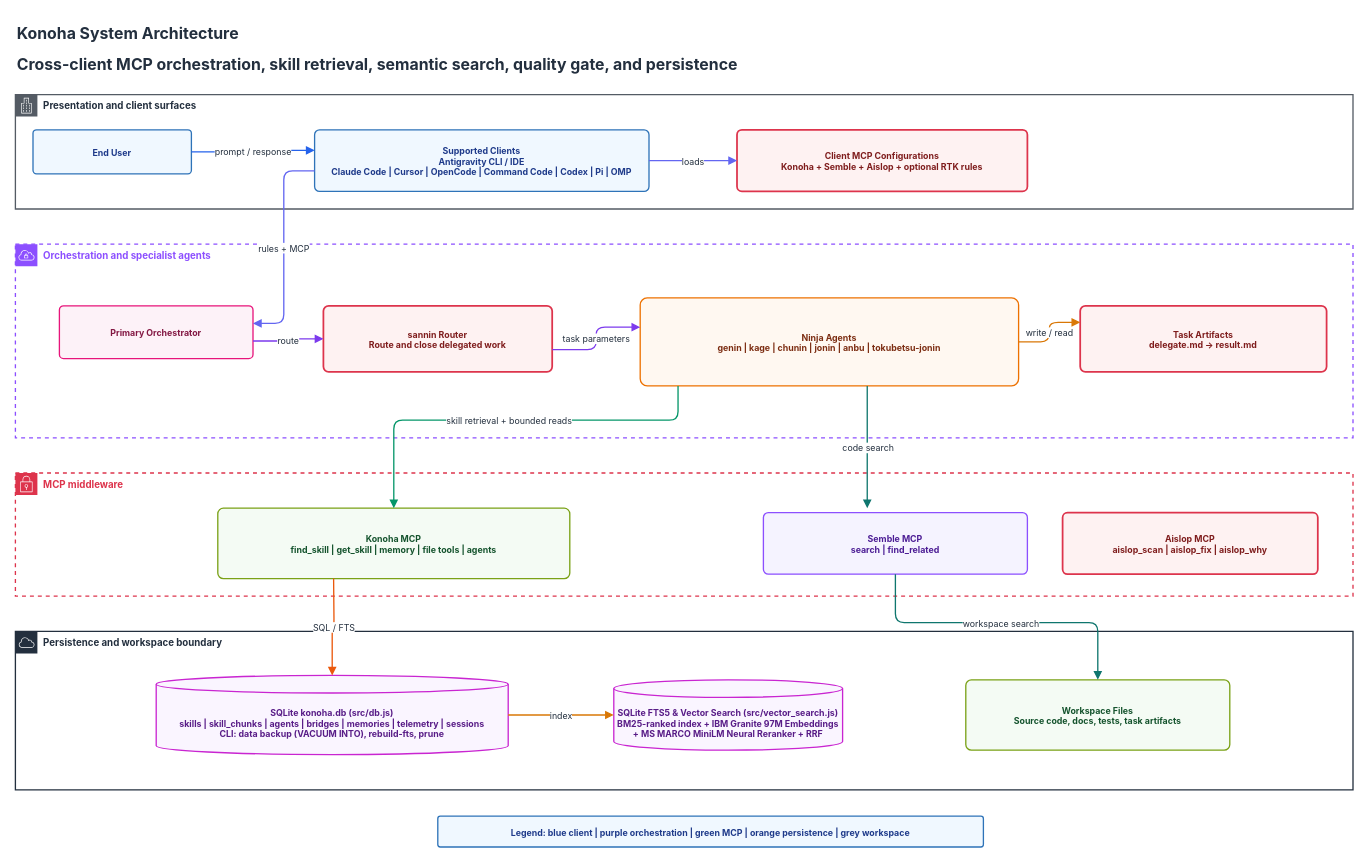
Above: page "01 System Architecture" (1 of 15) of docs/diagrams/konoha-enterprise-architecture.drawio in andycungkrinx91/konoha (draw.io), before the change. Source tidied: cells renumbered, new cells numbered last; positions are measured from the earlier drawing's top-left corner, leaving out a move shared by most shapes. Both pictures are drawn from the tidied source at 88%, with x=0, y=0 at pixel (15, 15).
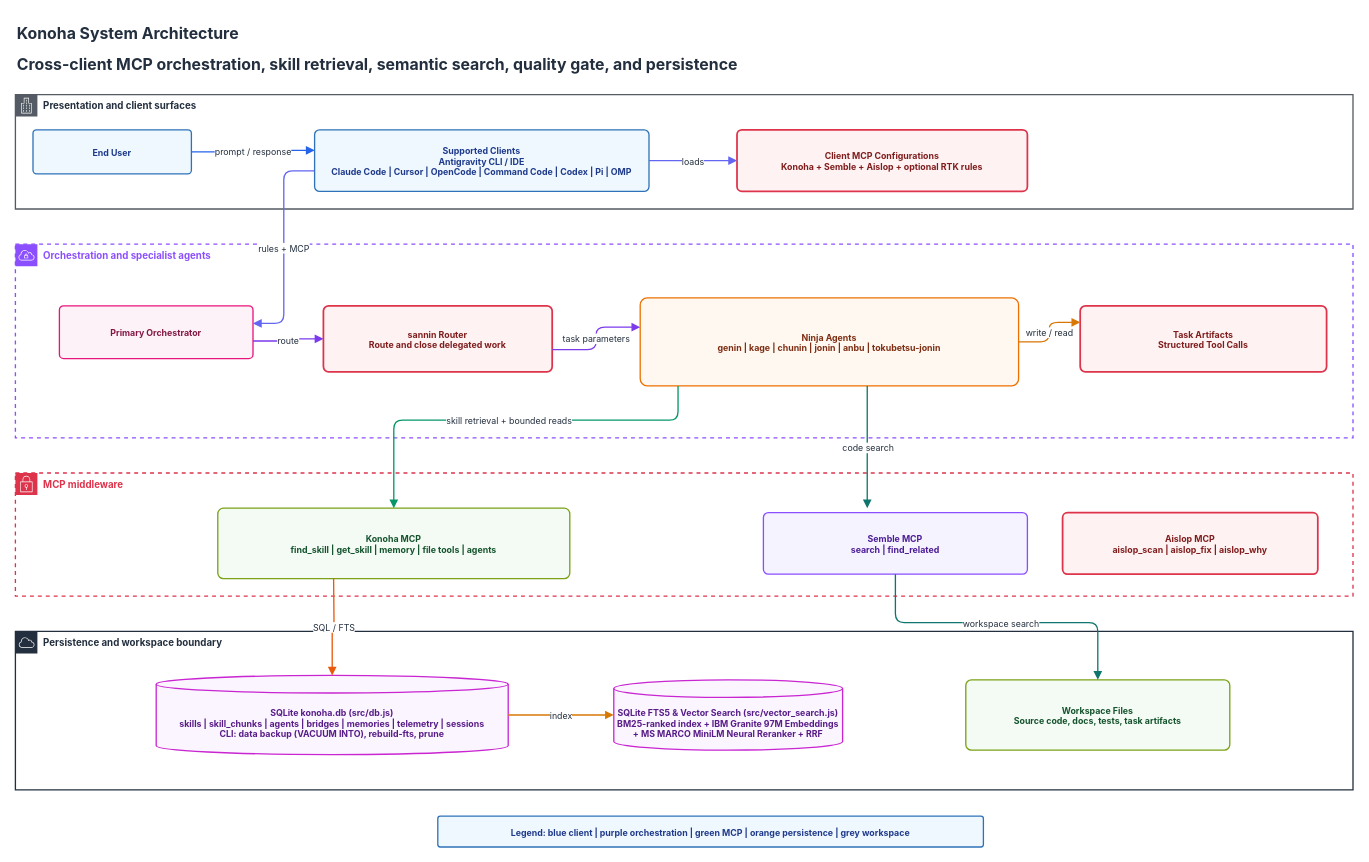
The same page after the edit.

Unchanged cells that the change refers to:
```xml
<mxCell id="8" value="Orchestration and specialist agents" style="shape=mxgraph.aws4.group;grIcon=mxgraph.aws4.group_vpc;strokeColor=#8C4FFF;fillColor=none;verticalAlign=top;align=left;spacingLeft=30;fontColor=#8C4FFF;dashed=1;strokeWidth=1.5;fontFamily=Inter, system-ui;fontSize=11;fontStyle=1;" parent="1" vertex="1">
  <mxGeometry y="260" width="1520" height="220" as="geometry" />
</mxCell>
```

The edit, as a diff of the source:
```diff
@@
-    <mxCell id="12" value="Task Artifacts&#10;delegate.md -&gt; result.md" style="rounded=1;arcSize=8;html=1;whiteSpace=wrap;fillColor=#FEF2F2;strokeColor=#DD344C;strokeWidth=2;fontFamily=Inter, system-ui, -apple-system;fontSize=10;fontColor=#7F1D1D;fontStyle=1;shadow=0;" parent="8" vertex="1">
+    <mxCell id="12" value="Task Artifacts&#10;Structured Tool Calls" style="rounded=1;arcSize=8;html=1;whiteSpace=wrap;fillColor=#FEF2F2;strokeColor=#DD344C;strokeWidth=2;fontFamily=Inter, system-ui, -apple-system;fontSize=10;fontColor=#7F1D1D;fontStyle=1;shadow=0;" parent="8" vertex="1">
       <mxGeometry x="1210" y="70" width="280" height="75" as="geometry" />
     </mxCell>
```
